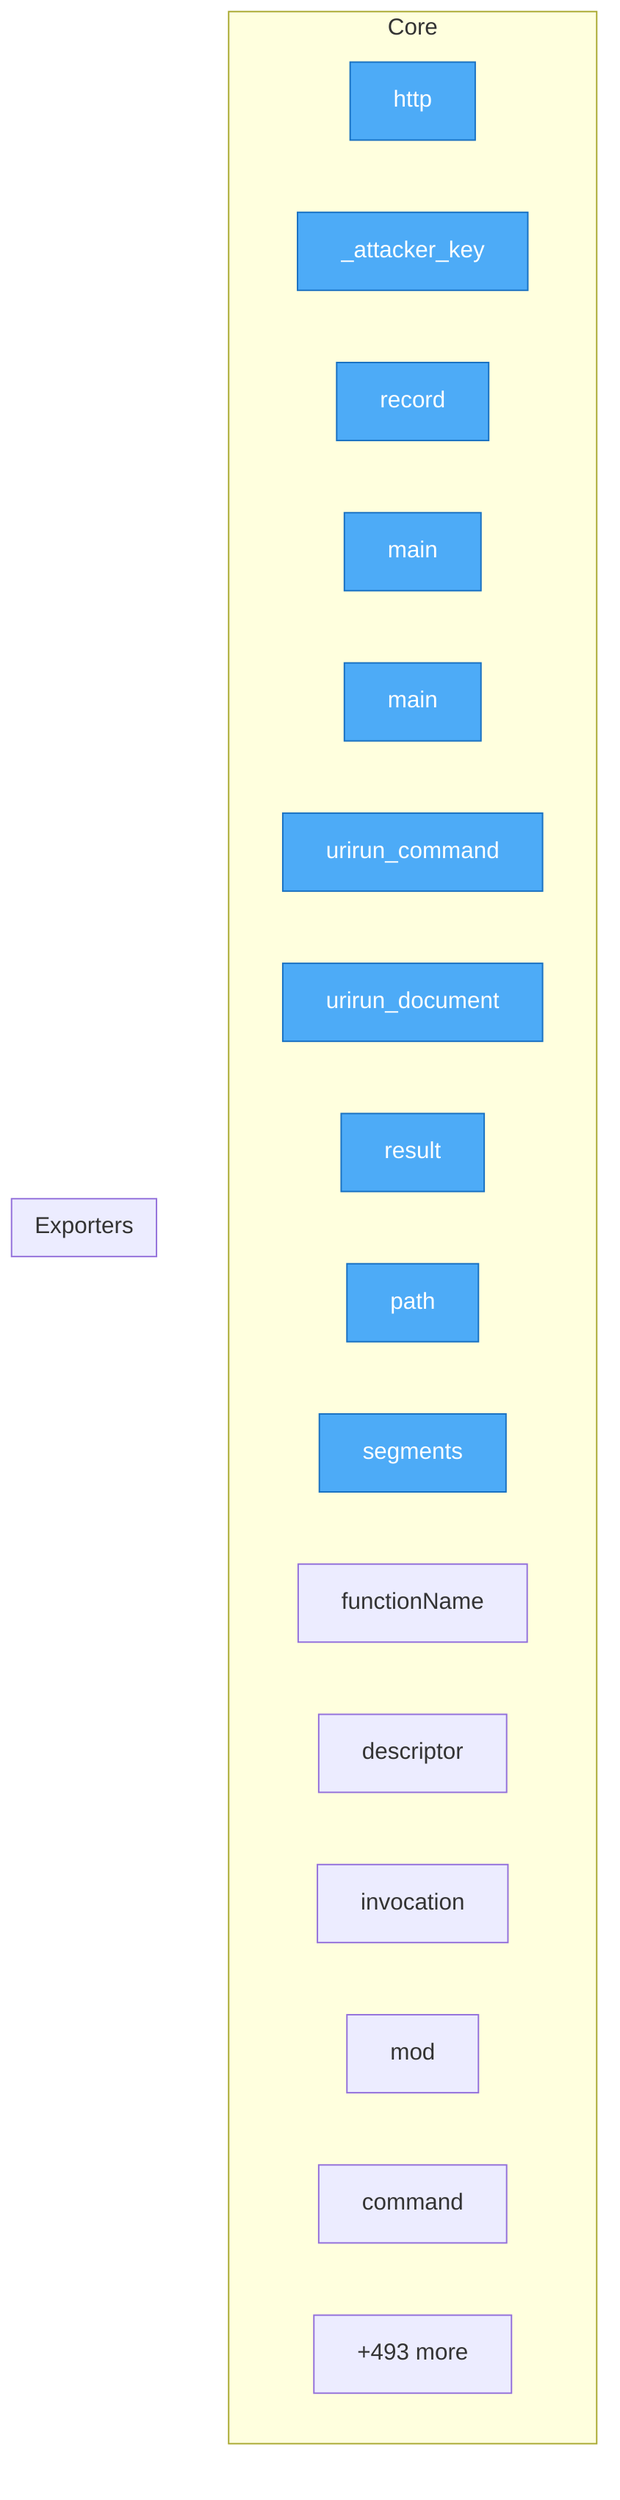
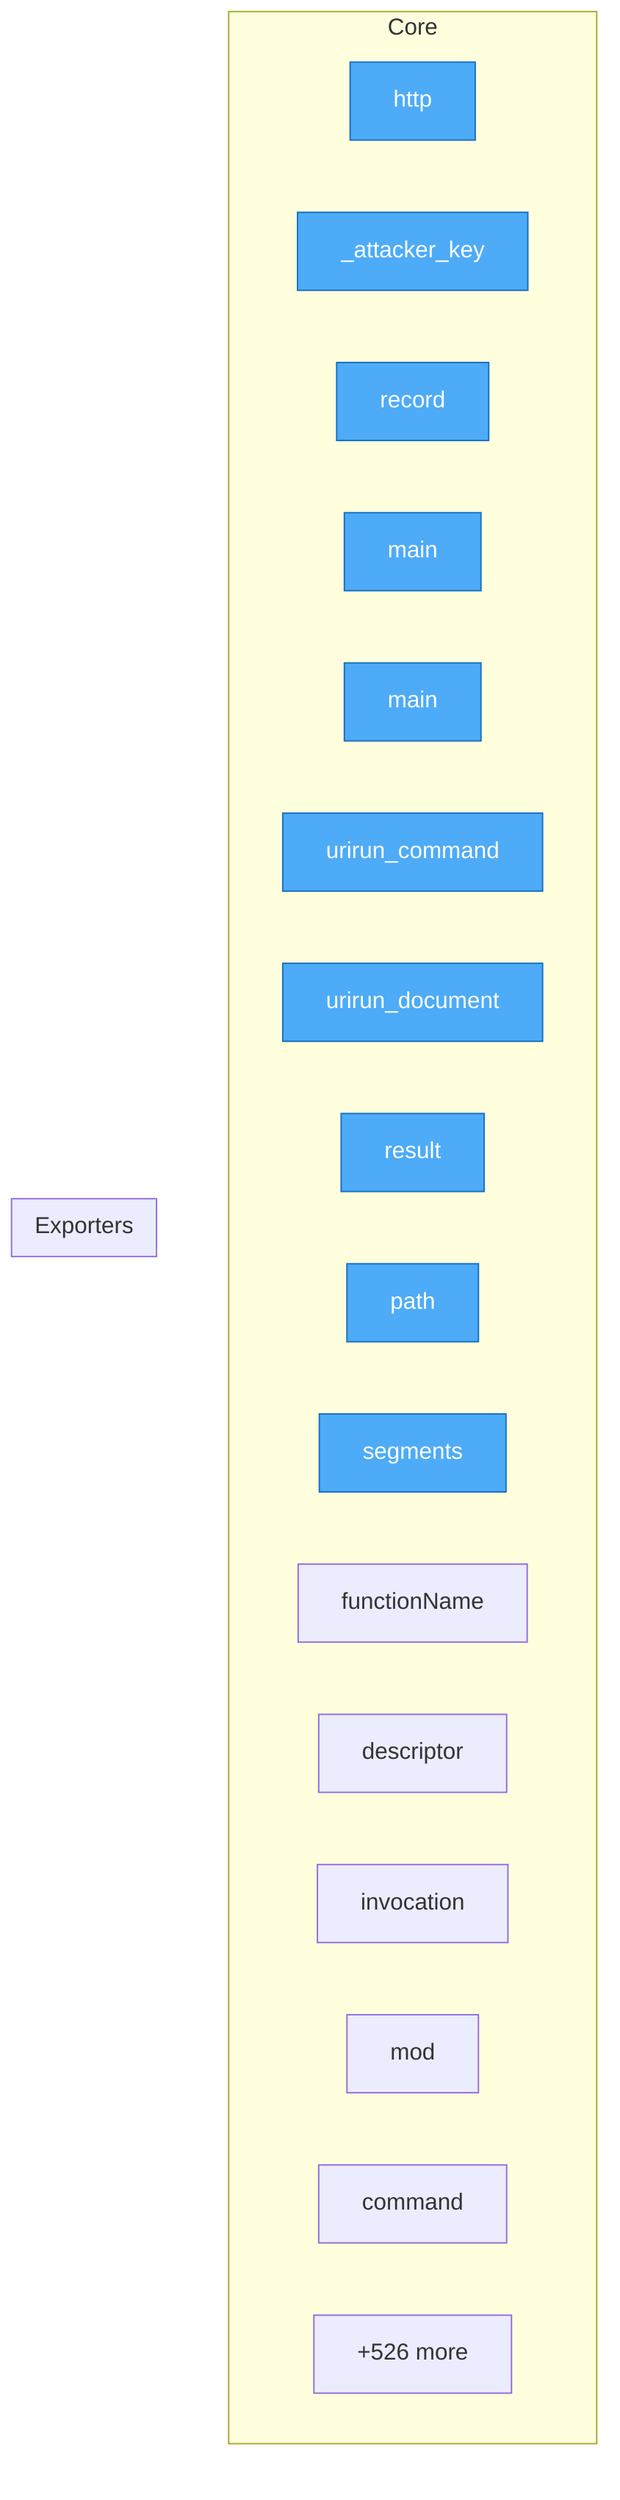
flowchart TD
- %% generated in 0.07s
+ %% generated in 0.09s

    %% Entry points (blue)
    classDef entry fill:#4dabf7,stroke:#1971c2,color:#fff

    subgraph Core
        security__mesh_probe__probe__http["http"]
        security__mesh_probe__probe___attacker_key["_attacker_key"]
        security__mesh_probe__probe__record["record"]
        adapters__conformance__main["main"]
        adapters__new_connector__main["main"]
        adapters__bash__urirun__urirun_command["urirun_command"]
        adapters__bash__urirun__urirun_document["urirun_document"]
        adapters__js__index__test__result["result"]
        adapters__js__path["path"]
        adapters__js__segments["segments"]
        adapters__js__functionName["functionName"]
        adapters__js__descriptor["descriptor"]
        adapters__js__invocation["invocation"]
        adapters__js__mod["mod"]
        adapters__java__Urirun__Urirun__command["command"]
-         ...["+493 more"]
+         ...["+526 more"]
    end

    subgraph Exporters
    end

    class security__mesh_probe__probe__http,security__mesh_probe__probe___attacker_key,security__mesh_probe__probe__record,adapters__conformance__main,adapters__new_connector__main,adapters__bash__urirun__urirun_command,adapters__bash__urirun__urirun_document,adapters__js__index__test__result,adapters__js__path,adapters__js__segments entry
